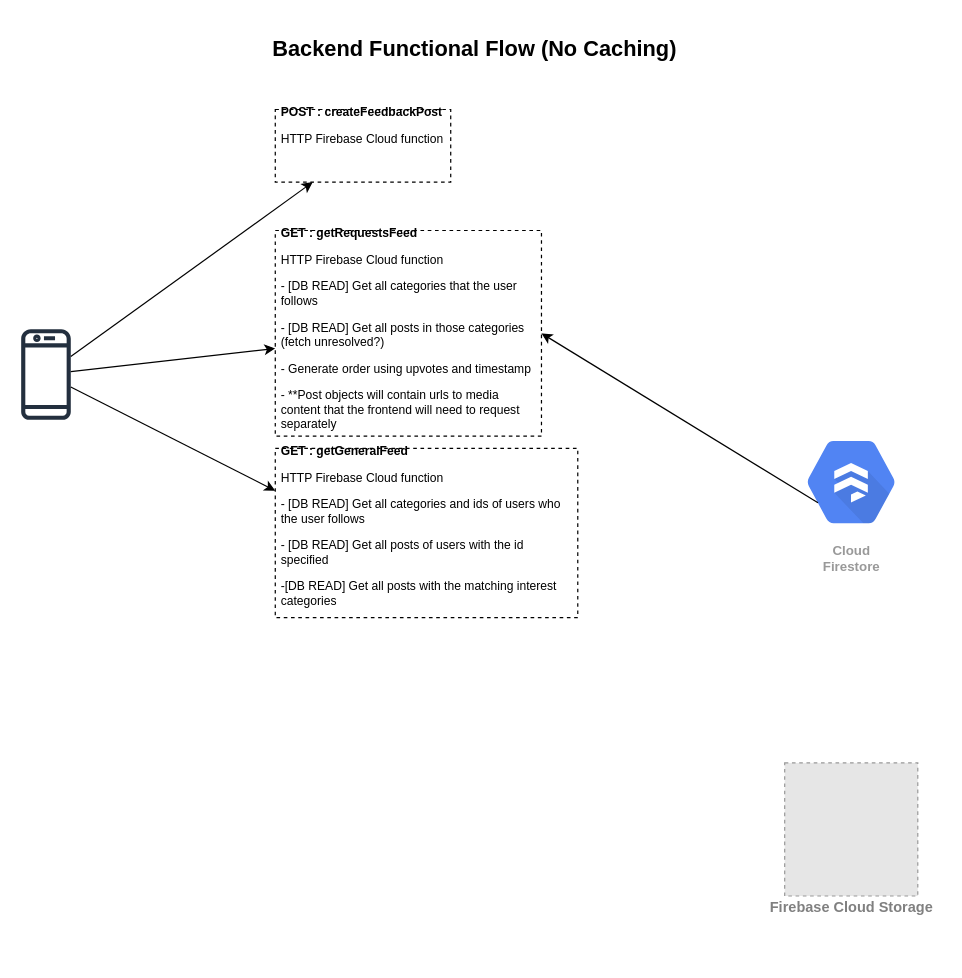
MohamedBengezi/Lift keeps this draw.io diagram as Design Docs/backend/Backend_flow_no_cache.drawio. Above is the earlier version. Source tidied: cells renumbered, new cells numbered last; positions are measured from the earlier drawing's top-left corner, leaving out a move shared by most shapes. Both pictures are drawn from the tidied source at 121%, with x=0, y=0 at pixel (21, 24). Pictures stored in the file or linked from it are replaced by grey dashed boxes.
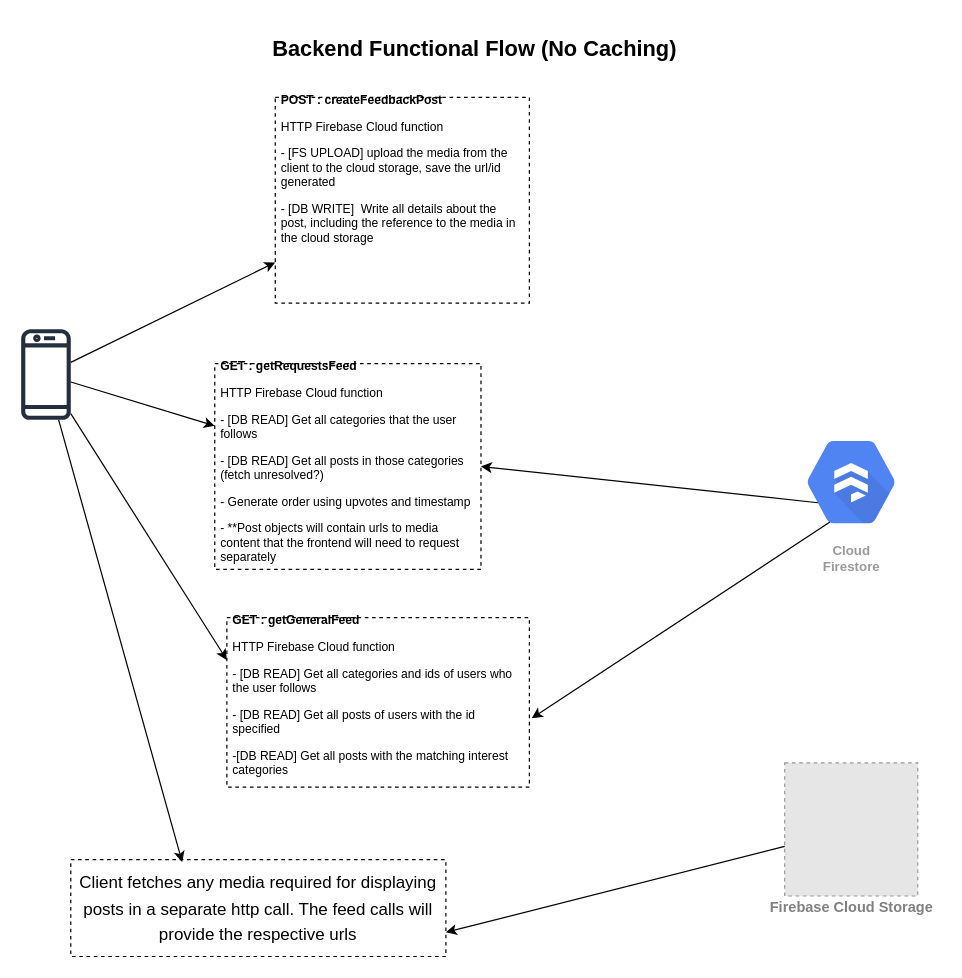
After the change.

What changed in the source:
```diff
@@
 <mxGraphModel>
   <root>
     <mxCell id="0" />
     <mxCell id="1" parent="0" />
     <mxCell id="2" style="outlineConnect=0;fontColor=#232F3E;gradientColor=none;fillColor=#232F3E;strokeColor=none;dashed=0;verticalLabelPosition=bottom;verticalAlign=top;align=center;html=1;fontSize=12;fontStyle=0;shape=mxgraph.aws4.mobile_client;" parent="1" vertex="1">
       <mxGeometry y="250" width="41" height="78" as="geometry" />
     </mxCell>
     <mxCell id="3" style="endArrow=classic;html=1;" parent="1" edge="1" source="2" target="4">
       <mxGeometry relative="1" as="geometry" />
     </mxCell>
-    <mxCell id="4" value="&lt;h1 style=&quot;font-size: 10px&quot;&gt;&lt;font style=&quot;font-size: 10px&quot;&gt;POST : createFeedbackPost&lt;/font&gt;&lt;/h1&gt;&lt;p style=&quot;font-size: 10px&quot;&gt;&lt;font style=&quot;font-size: 10px&quot;&gt;HTTP Firebase Cloud function&lt;/font&gt;&lt;/p&gt;&lt;p style=&quot;font-size: 10px&quot;&gt;&lt;br&gt;&lt;/p&gt;&lt;p style=&quot;font-size: 10px&quot;&gt;&lt;br&gt;&lt;/p&gt;&lt;p style=&quot;font-size: 13px&quot;&gt;&lt;br&gt;&lt;/p&gt;" style="text;html=1;fillColor=none;spacing=5;spacingTop=-20;whiteSpace=wrap;overflow=hidden;rounded=0;strokeColor=#000000;dashed=1;" parent="1" vertex="1">
-      <mxGeometry x="210" y="70" width="145" height="60" as="geometry" />
+    <mxCell id="4" value="&lt;h1 style=&quot;font-size: 10px&quot;&gt;&lt;font style=&quot;font-size: 10px&quot;&gt;POST : createFeedbackPost&lt;/font&gt;&lt;/h1&gt;&lt;p style=&quot;font-size: 10px&quot;&gt;&lt;font style=&quot;font-size: 10px&quot;&gt;HTTP Firebase Cloud function&lt;/font&gt;&lt;/p&gt;&lt;p style=&quot;font-size: 10px&quot;&gt;- [FS UPLOAD] upload the media from the client to the cloud storage, save the url/id generated&lt;/p&gt;&lt;p style=&quot;font-size: 10px&quot;&gt;- [DB WRITE]&amp;nbsp; Write all details about the post, including the reference to the media in the cloud storage&lt;/p&gt;&lt;p style=&quot;font-size: 10px&quot;&gt;&lt;br&gt;&lt;/p&gt;&lt;p style=&quot;font-size: 10px&quot;&gt;&lt;br&gt;&lt;/p&gt;&lt;p style=&quot;font-size: 13px&quot;&gt;&lt;br&gt;&lt;/p&gt;" style="text;html=1;fillColor=none;spacing=5;spacingTop=-20;whiteSpace=wrap;overflow=hidden;rounded=0;strokeColor=#000000;dashed=1;" parent="1" vertex="1">
+      <mxGeometry x="210" y="60" width="210" height="170" as="geometry" />
     </mxCell>
     <mxCell id="5" value="Cloud&#10;Firestore" style="html=1;fillColor=#5184F3;strokeColor=none;verticalAlign=top;labelPosition=center;verticalLabelPosition=bottom;align=center;spacingTop=-6;fontSize=11;fontStyle=1;fontColor=#999999;shape=mxgraph.gcp2.hexIcon;prIcon=cloud_firestore;" parent="1" vertex="1">
       <mxGeometry x="631" y="328" width="110" height="100" as="geometry" />
     </mxCell>
     <mxCell id="6" style="endArrow=classic;html=1;" parent="1" edge="1" source="2" target="7">
       <mxGeometry relative="1" as="geometry" />
     </mxCell>
     <mxCell id="7" value="&lt;h1 style=&quot;font-size: 10px&quot;&gt;&lt;font style=&quot;font-size: 10px&quot;&gt;GET : getRequestsFeed&lt;/font&gt;&lt;/h1&gt;&lt;p style=&quot;font-size: 10px&quot;&gt;&lt;font style=&quot;font-size: 10px&quot;&gt;HTTP Firebase Cloud function&lt;/font&gt;&lt;/p&gt;&lt;p style=&quot;font-size: 10px&quot;&gt;&lt;font style=&quot;font-size: 10px&quot;&gt;- [DB READ] Get all categories that the user follows&lt;/font&gt;&lt;/p&gt;&lt;p style=&quot;font-size: 10px&quot;&gt;&lt;font style=&quot;font-size: 10px&quot;&gt;- [DB READ] Get all posts in those categories&amp;nbsp; (fetch unresolved?)&amp;nbsp;&lt;/font&gt;&lt;/p&gt;&lt;p style=&quot;font-size: 10px&quot;&gt;&lt;font style=&quot;font-size: 10px&quot;&gt;- Generate order using upvotes and timestamp&lt;/font&gt;&lt;/p&gt;&lt;p style=&quot;font-size: 10px&quot;&gt;&lt;font style=&quot;font-size: 10px&quot;&gt;- **Post objects will contain urls to media content that the frontend will need to request separately&amp;nbsp;&lt;/font&gt;&lt;/p&gt;" style="text;html=1;fillColor=none;spacing=5;spacingTop=-20;whiteSpace=wrap;overflow=hidden;rounded=0;strokeColor=#000000;dashed=1;" parent="1" vertex="1">
-      <mxGeometry x="210" y="170" width="220" height="170" as="geometry" />
+      <mxGeometry x="160" y="280" width="220" height="170" as="geometry" />
     </mxCell>
     <mxCell id="8" value="&lt;h1 style=&quot;font-size: 10px&quot;&gt;&lt;font style=&quot;font-size: 10px&quot;&gt;GET : getGeneralFeed&lt;/font&gt;&lt;/h1&gt;&lt;p style=&quot;font-size: 10px&quot;&gt;&lt;font style=&quot;font-size: 10px&quot;&gt;HTTP Firebase Cloud function&lt;/font&gt;&lt;/p&gt;&lt;p style=&quot;font-size: 10px&quot;&gt;&lt;font style=&quot;font-size: 10px&quot;&gt;- [DB READ] Get all categories and ids of users who the user follows&lt;/font&gt;&lt;/p&gt;&lt;p style=&quot;font-size: 10px&quot;&gt;&lt;font style=&quot;font-size: 10px&quot;&gt;- [DB READ] Get all posts of users with the id specified&lt;/font&gt;&lt;/p&gt;&lt;p style=&quot;font-size: 10px&quot;&gt;&lt;font style=&quot;font-size: 10px&quot;&gt;-[DB READ] Get all posts with the matching interest categories&lt;/font&gt;&lt;/p&gt;&lt;p style=&quot;font-size: 10px&quot;&gt;&lt;br&gt;&lt;/p&gt;" style="text;html=1;fillColor=none;spacing=5;spacingTop=-20;whiteSpace=wrap;overflow=hidden;rounded=0;strokeColor=#000000;dashed=1;" parent="1" vertex="1">
-      <mxGeometry x="210" y="350" width="250" height="140" as="geometry" />
+      <mxGeometry x="170" y="490" width="250" height="140" as="geometry" />
     </mxCell>
     <mxCell id="9" style="endArrow=classic;html=1;entryX=0;entryY=0.25;entryDx=0;entryDy=0;" parent="1" edge="1" source="2" target="8">
       <mxGeometry relative="1" as="geometry" />
     </mxCell>
     <mxCell id="10" style="fillColor=#E6E6E6;strokeColor=#999999;dashed=1;html=1;verticalAlign=top;verticalLabelPosition=bottom;labelBackgroundColor=#ffffff;" parent="1" vertex="1">
       <mxGeometry x="631" y="610" width="110" height="110" as="geometry" />
     </mxCell>
     <mxCell id="11" value="&lt;font color=&quot;#808080&quot;&gt;&lt;b&gt;Firebase Cloud Storage&lt;/b&gt;&lt;/font&gt;" style="text;html=1;align=center;verticalAlign=middle;" parent="1" vertex="1">
       <mxGeometry x="611" y="720" width="150" height="20" as="geometry" />
     </mxCell>
     <mxCell id="12" value="&lt;h1 style=&quot;font-size: 18px&quot;&gt;&lt;font style=&quot;font-size: 18px&quot;&gt;Backend Functional Flow (No Caching)&lt;/font&gt;&lt;/h1&gt;" style="text;html=1;strokeColor=none;fillColor=none;align=center;verticalAlign=middle;whiteSpace=wrap;rounded=0;dashed=1;fontSize=18;" parent="1" vertex="1">
       <mxGeometry x="170" width="410" height="40" as="geometry" />
     </mxCell>
     <mxCell id="13" style="endArrow=classic;html=1;fontSize=18;exitX=0.25;exitY=0.67;exitDx=0;exitDy=0;exitPerimeter=0;entryX=1;entryY=0.5;entryDx=0;entryDy=0;" parent="1" edge="1" source="5" target="7">
       <mxGeometry relative="1" as="geometry" />
     </mxCell>
+    <mxCell id="14" style="endArrow=classic;html=1;fontSize=18;entryX=1.008;entryY=0.593;entryDx=0;entryDy=0;entryPerimeter=0;exitX=0.34;exitY=0.83;exitDx=0;exitDy=0;exitPerimeter=0;" parent="1" edge="1" source="5" target="8">
+      <mxGeometry relative="1" as="geometry" />
+    </mxCell>
+    <mxCell id="15" value="&lt;font style=&quot;font-size: 14px&quot;&gt;Client fetches any media required for displaying posts in a separate http call. The feed calls will provide the respective urls&lt;/font&gt;" style="rounded=0;whiteSpace=wrap;html=1;dashed=1;strokeColor=#000000;fontSize=18;" parent="1" vertex="1">
+      <mxGeometry x="41" y="690" width="310" height="80" as="geometry" />
+    </mxCell>
+    <mxCell id="16" style="endArrow=classic;html=1;fontSize=18;entryX=0.297;entryY=0.025;entryDx=0;entryDy=0;entryPerimeter=0;" parent="1" edge="1" source="2" target="15">
+      <mxGeometry relative="1" as="geometry" />
+    </mxCell>
+    <mxCell id="17" style="endArrow=classic;html=1;fontSize=18;entryX=1;entryY=0.75;entryDx=0;entryDy=0;" parent="1" edge="1" source="10" target="15">
+      <mxGeometry relative="1" as="geometry" />
+    </mxCell>
   </root>
 </mxGraphModel>
```
